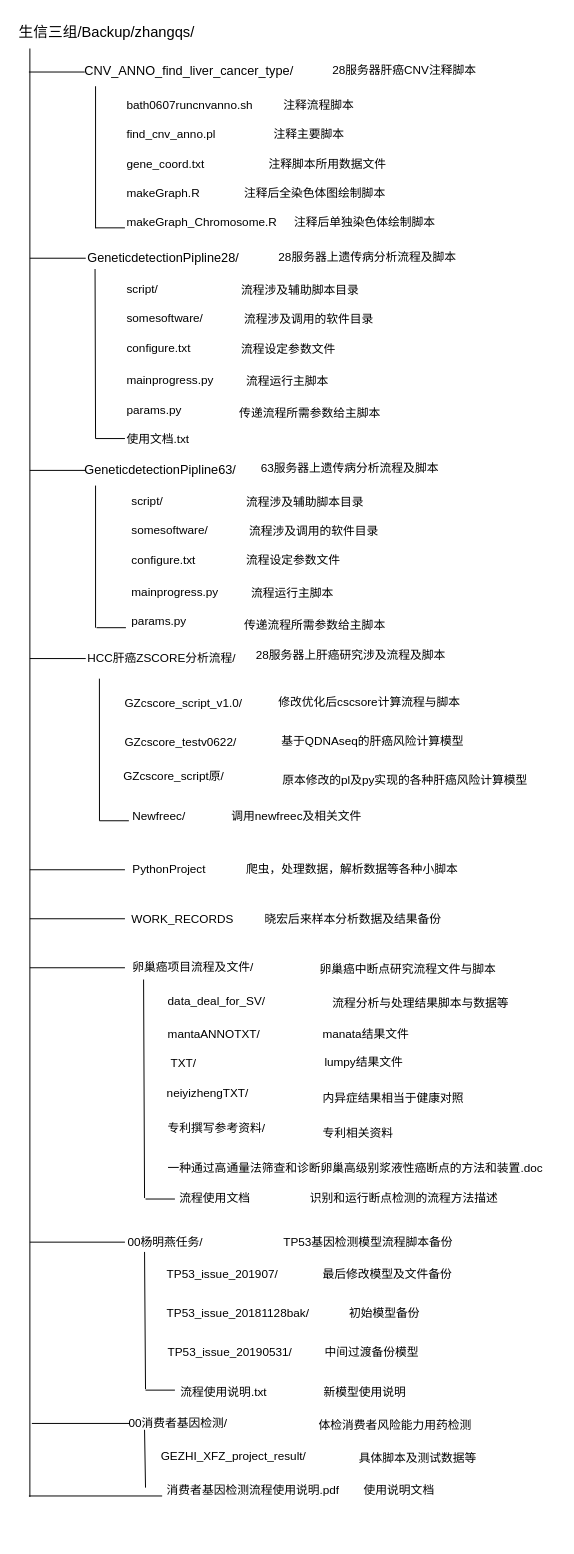
kkshaxqd/pipline_contral keeps this draw.io diagram as workgz Diagram.drawio. Above is the earlier version. Source tidied: cells renumbered, new cells numbered last; positions are measured from the earlier drawing's top-left corner, leaving out a move shared by most shapes. Both pictures are drawn from the tidied source at 98%, with x=0, y=0 at pixel (17, 17).
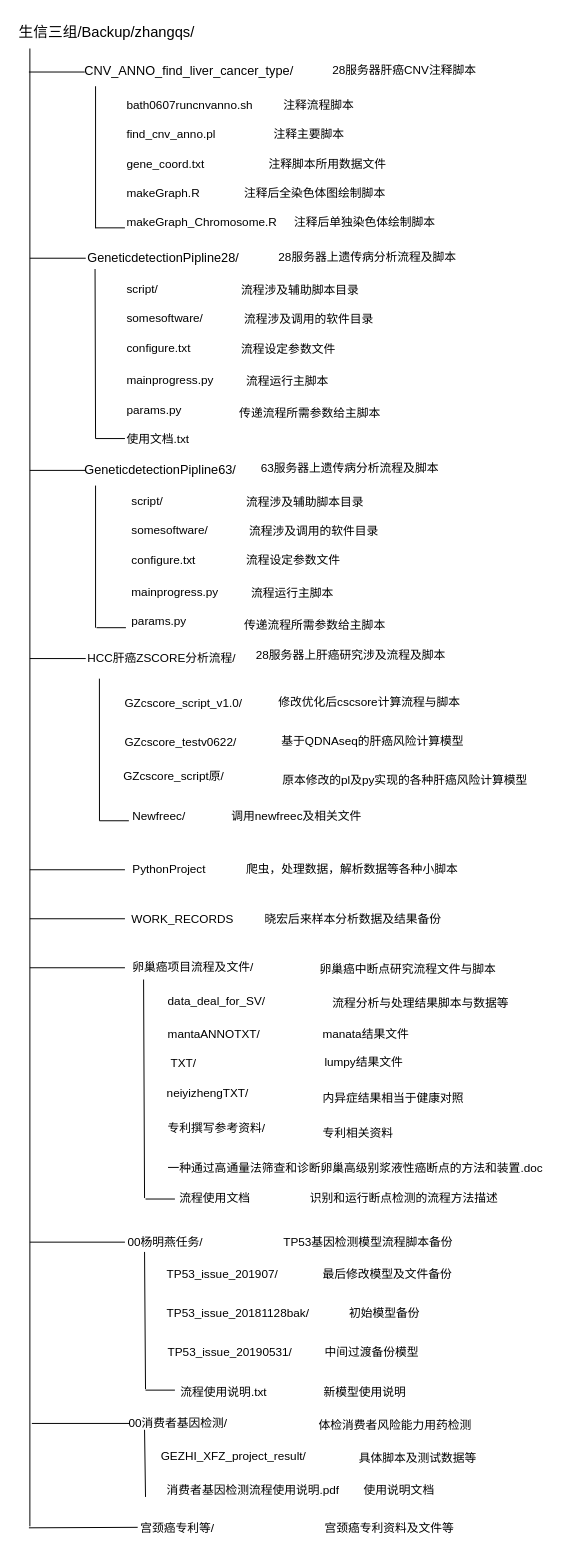
The same diagram, later.

Unchanged cells that the change refers to:
```xml
<mxCell id="105" value="消费者基因检测流程使用说明.pdf" style="text;html=1;points=[];align=left;verticalAlign=top;spacingTop=-4;" parent="1" vertex="1">
  <mxGeometry x="151" y="1493" width="190" height="20" as="geometry" />
</mxCell>
```

Change to the diagram source:
```diff
@@
     <mxCell id="24" style="endArrow=none;html=1;" parent="1" edge="1">
       <mxGeometry relative="1" as="geometry">
         <mxPoint x="13" y="32" as="sourcePoint" />
-        <mxPoint x="13" y="1510" as="targetPoint" />
+        <mxPoint x="13" y="1540" as="targetPoint" />
       </mxGeometry>
     </mxCell>
@@
     <mxCell id="107" style="endArrow=none;html=1;exitX=0.093;exitY=1.1;exitDx=0;exitDy=0;exitPerimeter=0;" parent="1" edge="1">
       <mxGeometry relative="1" as="geometry">
         <mxPoint x="130" y="1441.5" as="sourcePoint" />
-        <mxPoint x="131" y="1500.5" as="targetPoint" />
+        <mxPoint x="131" y="1510" as="targetPoint" />
       </mxGeometry>
     </mxCell>
-    <mxCell id="108" style="endArrow=none;html=1;entryX=-0.016;entryY=0.8;entryDx=0;entryDy=0;entryPerimeter=0;" parent="1" edge="1" target="105">
-      <mxGeometry relative="1" as="geometry">
-        <mxPoint x="12" y="1509" as="sourcePoint" />
-      </mxGeometry>
-    </mxCell>
+    <mxCell id="109" value="宫颈癌专利等/" style="text;html=1;points=[];align=left;verticalAlign=top;spacingTop=-4;" parent="1" vertex="1">
+      <mxGeometry x="124" y="1532" width="90" height="20" as="geometry" />
+    </mxCell>
+    <mxCell id="110" style="endArrow=none;html=1;entryX=-0.011;entryY=0.45;entryDx=0;entryDy=0;entryPerimeter=0;" parent="1" edge="1" target="109">
+      <mxGeometry relative="1" as="geometry">
+        <mxPoint x="12" y="1541.5" as="sourcePoint" />
+      </mxGeometry>
+    </mxCell>
+    <mxCell id="111" value="宫颈癌专利资料及文件等" style="text;html=1;align=left;verticalAlign=top;spacingTop=-4;" parent="1" vertex="1">
+      <mxGeometry x="312" y="1532" width="150" height="20" as="geometry" />
+    </mxCell>
```
